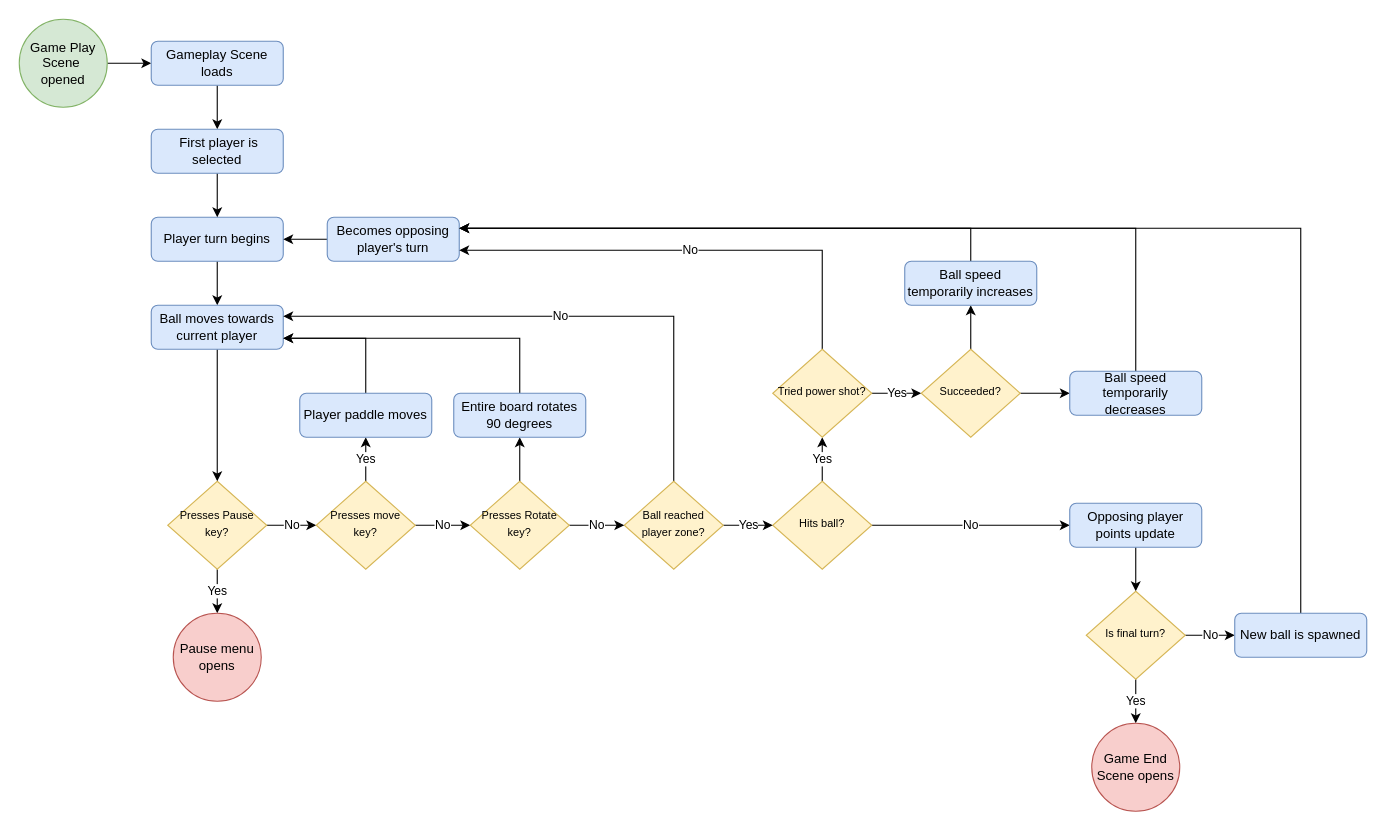
zkturman/TiltaPong keeps this draw.io diagram as Design/GameplayFlow.drawio. Above is the earlier version. Source tidied: cells renumbered, new cells numbered last; positions are measured from the earlier drawing's top-left corner, leaving out a move shared by most shapes. Both pictures are drawn from the tidied source at 110%, with x=0, y=0 at pixel (19, 19).
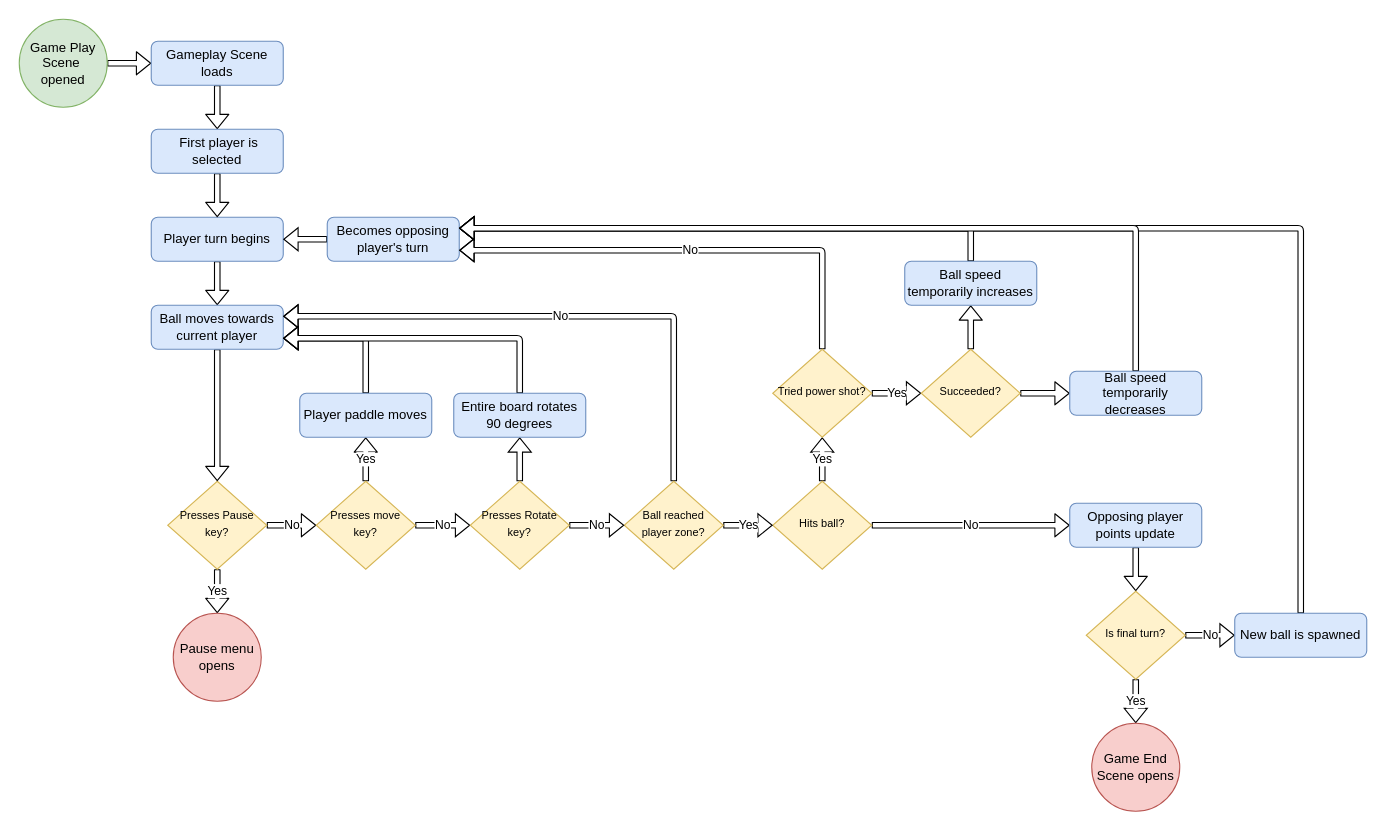
The same diagram, later.

The change refers to these unchanged cells:
```xml
<mxCell id="3" value="Game Play Scene&amp;nbsp;&lt;br&gt;opened" style="ellipse;whiteSpace=wrap;html=1;fillColor=#d5e8d4;strokeColor=#82b366;" parent="1" vertex="1">
  <mxGeometry width="80" height="80" as="geometry" />
</mxCell>
<mxCell id="6" value="&lt;span style=&quot;font-size: 10px&quot;&gt;Hits ball?&lt;/span&gt;" style="rhombus;whiteSpace=wrap;html=1;shadow=0;fontFamily=Helvetica;fontSize=12;align=center;strokeWidth=1;spacing=6;spacingTop=-4;fillColor=#fff2cc;strokeColor=#d6b656;" parent="1" vertex="1">
  <mxGeometry x="685" y="420" width="90" height="80" as="geometry" />
</mxCell>
<mxCell id="8" value="&lt;font style=&quot;font-size: 12px&quot;&gt;Gameplay Scene loads&lt;/font&gt;" style="rounded=1;whiteSpace=wrap;html=1;fillColor=#dae8fc;strokeColor=#6c8ebf;" parent="1" vertex="1">
  <mxGeometry x="120" y="20" width="120" height="40" as="geometry" />
</mxCell>
<mxCell id="10" value="Player turn begins" style="rounded=1;whiteSpace=wrap;html=1;fillColor=#dae8fc;strokeColor=#6c8ebf;" parent="1" vertex="1">
  <mxGeometry x="120" y="180" width="120" height="40" as="geometry" />
</mxCell>
<mxCell id="12" value="Becomes opposing player's turn" style="rounded=1;whiteSpace=wrap;html=1;fillColor=#dae8fc;strokeColor=#6c8ebf;" parent="1" vertex="1">
  <mxGeometry x="280" y="180" width="120" height="40" as="geometry" />
</mxCell>
<mxCell id="14" value="&lt;font style=&quot;font-size: 12px&quot;&gt;&amp;nbsp;First player is selected&lt;/font&gt;" style="rounded=1;whiteSpace=wrap;html=1;fillColor=#dae8fc;strokeColor=#6c8ebf;" parent="1" vertex="1">
  <mxGeometry x="120" y="100" width="120" height="40" as="geometry" />
</mxCell>
<mxCell id="17" value="&lt;span style=&quot;font-size: 10px&quot;&gt;Presses Pause key?&lt;/span&gt;" style="rhombus;whiteSpace=wrap;html=1;shadow=0;fontFamily=Helvetica;fontSize=12;align=center;strokeWidth=1;spacing=6;spacingTop=-4;fillColor=#fff2cc;strokeColor=#d6b656;" parent="1" vertex="1">
  <mxGeometry x="135" y="420" width="90" height="80" as="geometry" />
</mxCell>
<mxCell id="18" value="Pause menu opens" style="ellipse;whiteSpace=wrap;html=1;fillColor=#f8cecc;strokeColor=#b85450;" parent="1" vertex="1">
  <mxGeometry x="140" y="540" width="80" height="80" as="geometry" />
</mxCell>
<mxCell id="20" value="Opposing player points update" style="rounded=1;whiteSpace=wrap;html=1;fillColor=#dae8fc;strokeColor=#6c8ebf;" parent="1" vertex="1">
  <mxGeometry x="955" y="440" width="120" height="40" as="geometry" />
</mxCell>
<mxCell id="22" value="Ball moves towards current player" style="rounded=1;whiteSpace=wrap;html=1;fillColor=#dae8fc;strokeColor=#6c8ebf;" parent="1" vertex="1">
  <mxGeometry x="120" y="260" width="120" height="40" as="geometry" />
</mxCell>
<mxCell id="25" value="&lt;span style=&quot;font-size: 10px&quot;&gt;Is final turn?&lt;/span&gt;" style="rhombus;whiteSpace=wrap;html=1;shadow=0;fontFamily=Helvetica;fontSize=12;align=center;strokeWidth=1;spacing=6;spacingTop=-4;fillColor=#fff2cc;strokeColor=#d6b656;" parent="1" vertex="1">
  <mxGeometry x="970" y="520" width="90" height="80" as="geometry" />
</mxCell>
<mxCell id="26" value="Game End Scene opens" style="ellipse;whiteSpace=wrap;html=1;fillColor=#f8cecc;strokeColor=#b85450;" parent="1" vertex="1">
  <mxGeometry x="975" y="640" width="80" height="80" as="geometry" />
</mxCell>
<mxCell id="29" value="&lt;span style=&quot;font-size: 10px&quot;&gt;Presses move key?&lt;/span&gt;" style="rhombus;whiteSpace=wrap;html=1;shadow=0;fontFamily=Helvetica;fontSize=12;align=center;strokeWidth=1;spacing=6;spacingTop=-4;fillColor=#fff2cc;strokeColor=#d6b656;" parent="1" vertex="1">
  <mxGeometry x="270" y="420" width="90" height="80" as="geometry" />
</mxCell>
<mxCell id="32" value="&lt;span style=&quot;font-size: 10px&quot;&gt;Ball reached player zone?&lt;/span&gt;" style="rhombus;whiteSpace=wrap;html=1;shadow=0;fontFamily=Helvetica;fontSize=12;align=center;strokeWidth=1;spacing=6;spacingTop=-4;fillColor=#fff2cc;strokeColor=#d6b656;" parent="1" vertex="1">
  <mxGeometry x="550" y="420" width="90" height="80" as="geometry" />
</mxCell>
<mxCell id="34" value="New ball is spawned" style="rounded=1;whiteSpace=wrap;html=1;fillColor=#dae8fc;strokeColor=#6c8ebf;" parent="1" vertex="1">
  <mxGeometry x="1105" y="540" width="120" height="40" as="geometry" />
</mxCell>
<mxCell id="37" value="&lt;span style=&quot;font-size: 10px&quot;&gt;Presses Rotate key?&lt;/span&gt;" style="rhombus;whiteSpace=wrap;html=1;shadow=0;fontFamily=Helvetica;fontSize=12;align=center;strokeWidth=1;spacing=6;spacingTop=-4;fillColor=#fff2cc;strokeColor=#d6b656;" parent="1" vertex="1">
  <mxGeometry x="410" y="420" width="90" height="80" as="geometry" />
</mxCell>
<mxCell id="39" value="Player paddle moves" style="rounded=1;whiteSpace=wrap;html=1;fillColor=#dae8fc;strokeColor=#6c8ebf;" parent="1" vertex="1">
  <mxGeometry x="255" y="340" width="120" height="40" as="geometry" />
</mxCell>
<mxCell id="41" value="Entire board rotates 90 degrees" style="rounded=1;whiteSpace=wrap;html=1;fillColor=#dae8fc;strokeColor=#6c8ebf;" parent="1" vertex="1">
  <mxGeometry x="395" y="340" width="120" height="40" as="geometry" />
</mxCell>
<mxCell id="44" value="&lt;span style=&quot;font-size: 10px&quot;&gt;Tried power shot?&lt;/span&gt;" style="rhombus;whiteSpace=wrap;html=1;shadow=0;fontFamily=Helvetica;fontSize=12;align=center;strokeWidth=1;spacing=6;spacingTop=-4;fillColor=#fff2cc;strokeColor=#d6b656;" parent="1" vertex="1">
  <mxGeometry x="685" y="300" width="90" height="80" as="geometry" />
</mxCell>
<mxCell id="47" value="&lt;span style=&quot;font-size: 10px&quot;&gt;Succeeded?&lt;/span&gt;" style="rhombus;whiteSpace=wrap;html=1;shadow=0;fontFamily=Helvetica;fontSize=12;align=center;strokeWidth=1;spacing=6;spacingTop=-4;fillColor=#fff2cc;strokeColor=#d6b656;" parent="1" vertex="1">
  <mxGeometry x="820" y="300" width="90" height="80" as="geometry" />
</mxCell>
<mxCell id="49" value="Ball speed temporarily increases" style="rounded=1;whiteSpace=wrap;html=1;fillColor=#dae8fc;strokeColor=#6c8ebf;" parent="1" vertex="1">
  <mxGeometry x="805" y="220" width="120" height="40" as="geometry" />
</mxCell>
<mxCell id="51" value="Ball speed temporarily decreases" style="rounded=1;whiteSpace=wrap;html=1;fillColor=#dae8fc;strokeColor=#6c8ebf;" parent="1" vertex="1">
  <mxGeometry x="955" y="320" width="120" height="40" as="geometry" />
</mxCell>
```

What changed in the source:
```diff
@@
-    <mxCell id="2" style="edgeStyle=orthogonalEdgeStyle;rounded=0;jettySize=auto;html=1;exitX=1;exitY=0.5;exitDx=0;exitDy=0;" parent="1" edge="1" source="3" target="8">
+    <mxCell id="2" style="edgeStyle=orthogonalEdgeStyle;rounded=1;jettySize=auto;html=1;exitX=1;exitY=0.5;exitDx=0;exitDy=0;shape=flexArrow;endSize=4;width=5;endWidth=15;fillColor=default;" parent="1" edge="1" source="3" target="8">
       <mxGeometry relative="1" as="geometry" />
     </mxCell>
@@
-    <mxCell id="4" value="Yes" style="edgeStyle=orthogonalEdgeStyle;rounded=0;jettySize=auto;html=1;" parent="1" edge="1" source="6" target="44">
+    <mxCell id="4" value="Yes" style="edgeStyle=orthogonalEdgeStyle;rounded=0;jettySize=auto;html=1;shape=flexArrow;fillColor=default;endSize=4;width=5;endWidth=15;" parent="1" edge="1" source="6" target="44">
       <mxGeometry relative="1" as="geometry" />
     </mxCell>
-    <mxCell id="5" value="No" style="edgeStyle=orthogonalEdgeStyle;rounded=0;jettySize=auto;html=1;exitX=1;exitY=0.5;exitDx=0;exitDy=0;entryX=0;entryY=0.5;entryDx=0;entryDy=0;" parent="1" edge="1" source="6" target="20">
+    <mxCell id="5" value="No" style="edgeStyle=orthogonalEdgeStyle;rounded=1;jettySize=auto;html=1;exitX=1;exitY=0.5;exitDx=0;exitDy=0;entryX=0;entryY=0.5;entryDx=0;entryDy=0;shape=flexArrow;endSize=4;width=5;endWidth=15;fillColor=default;" parent="1" edge="1" source="6" target="20">
       <mxGeometry relative="1" as="geometry" />
     </mxCell>
@@
-    <mxCell id="7" style="edgeStyle=orthogonalEdgeStyle;rounded=0;jettySize=auto;html=1;" parent="1" edge="1" source="8" target="14">
+    <mxCell id="7" style="edgeStyle=orthogonalEdgeStyle;rounded=1;jettySize=auto;html=1;shape=flexArrow;endSize=4;width=5;endWidth=15;fillColor=default;" parent="1" edge="1" source="8" target="14">
       <mxGeometry relative="1" as="geometry" />
     </mxCell>
@@
-    <mxCell id="9" style="edgeStyle=orthogonalEdgeStyle;rounded=0;jettySize=auto;html=1;" parent="1" edge="1" source="10" target="22">
+    <mxCell id="9" style="edgeStyle=orthogonalEdgeStyle;rounded=1;jettySize=auto;html=1;shape=flexArrow;endSize=4;width=5;endWidth=15;fillColor=default;" parent="1" edge="1" source="10" target="22">
       <mxGeometry relative="1" as="geometry" />
     </mxCell>
@@
-    <mxCell id="11" style="edgeStyle=orthogonalEdgeStyle;rounded=0;jettySize=auto;html=1;exitX=0;exitY=0.5;exitDx=0;exitDy=0;entryX=1;entryY=0.5;entryDx=0;entryDy=0;" parent="1" edge="1" source="12" target="10">
+    <mxCell id="11" style="edgeStyle=orthogonalEdgeStyle;rounded=0;jettySize=auto;html=1;exitX=0;exitY=0.5;exitDx=0;exitDy=0;entryX=1;entryY=0.5;entryDx=0;entryDy=0;shape=flexArrow;endSize=4;width=5;endWidth=15;fillColor=default;" parent="1" edge="1" source="12" target="10">
       <mxGeometry relative="1" as="geometry" />
     </mxCell>
@@
-    <mxCell id="13" style="edgeStyle=orthogonalEdgeStyle;rounded=0;jettySize=auto;html=1;" parent="1" edge="1" source="14" target="10">
+    <mxCell id="13" style="edgeStyle=orthogonalEdgeStyle;rounded=1;jettySize=auto;html=1;shape=flexArrow;endSize=4;width=5;endWidth=15;fillColor=default;" parent="1" edge="1" source="14" target="10">
       <mxGeometry relative="1" as="geometry" />
     </mxCell>
@@
-    <mxCell id="15" value="Yes" style="edgeStyle=orthogonalEdgeStyle;rounded=0;jettySize=auto;html=1;exitX=0.5;exitY=1;exitDx=0;exitDy=0;" parent="1" edge="1" source="17" target="18">
+    <mxCell id="15" value="Yes" style="edgeStyle=orthogonalEdgeStyle;rounded=1;jettySize=auto;html=1;exitX=0.5;exitY=1;exitDx=0;exitDy=0;shape=flexArrow;endSize=4;width=5;endWidth=15;fillColor=default;" parent="1" edge="1" source="17" target="18">
       <mxGeometry relative="1" as="geometry" />
     </mxCell>
-    <mxCell id="16" value="No" style="edgeStyle=orthogonalEdgeStyle;rounded=0;jettySize=auto;html=1;exitX=1;exitY=0.5;exitDx=0;exitDy=0;entryX=0;entryY=0.5;entryDx=0;entryDy=0;" parent="1" edge="1" source="17" target="29">
+    <mxCell id="16" value="No" style="edgeStyle=orthogonalEdgeStyle;rounded=1;jettySize=auto;html=1;exitX=1;exitY=0.5;exitDx=0;exitDy=0;entryX=0;entryY=0.5;entryDx=0;entryDy=0;shape=flexArrow;endSize=4;width=5;endWidth=15;fillColor=default;" parent="1" edge="1" source="17" target="29">
       <mxGeometry relative="1" as="geometry" />
     </mxCell>
@@
-    <mxCell id="19" style="edgeStyle=orthogonalEdgeStyle;rounded=0;jettySize=auto;html=1;" parent="1" edge="1" source="20" target="25">
+    <mxCell id="19" style="edgeStyle=orthogonalEdgeStyle;rounded=1;jettySize=auto;html=1;shape=flexArrow;endSize=4;width=5;endWidth=15;fillColor=default;" parent="1" edge="1" source="20" target="25">
       <mxGeometry relative="1" as="geometry" />
     </mxCell>
@@
-    <mxCell id="21" style="edgeStyle=orthogonalEdgeStyle;rounded=0;jettySize=auto;html=1;exitX=0.5;exitY=1;exitDx=0;exitDy=0;entryX=0.5;entryY=0;entryDx=0;entryDy=0;" parent="1" edge="1" source="22" target="17">
+    <mxCell id="21" style="edgeStyle=orthogonalEdgeStyle;rounded=1;jettySize=auto;html=1;exitX=0.5;exitY=1;exitDx=0;exitDy=0;entryX=0.5;entryY=0;entryDx=0;entryDy=0;shape=flexArrow;endSize=4;width=5;endWidth=15;fillColor=default;" parent="1" edge="1" source="22" target="17">
       <mxGeometry relative="1" as="geometry" />
     </mxCell>
@@
-    <mxCell id="23" value="Yes" style="edgeStyle=orthogonalEdgeStyle;rounded=0;jettySize=auto;html=1;" parent="1" edge="1" source="25" target="26">
+    <mxCell id="23" value="Yes" style="edgeStyle=orthogonalEdgeStyle;rounded=0;jettySize=auto;html=1;shape=flexArrow;fillColor=default;endSize=4;width=5;endWidth=15;" parent="1" edge="1" source="25" target="26">
       <mxGeometry relative="1" as="geometry" />
     </mxCell>
-    <mxCell id="24" value="No" style="edgeStyle=orthogonalEdgeStyle;rounded=0;jettySize=auto;html=1;" parent="1" edge="1" source="25" target="34">
+    <mxCell id="24" value="No" style="edgeStyle=orthogonalEdgeStyle;rounded=0;jettySize=auto;html=1;shape=flexArrow;fillColor=default;endSize=4;width=5;endWidth=15;" parent="1" edge="1" source="25" target="34">
       <mxGeometry relative="1" as="geometry" />
     </mxCell>
@@
-    <mxCell id="27" value="Yes" style="edgeStyle=orthogonalEdgeStyle;rounded=0;jettySize=auto;html=1;exitX=0.5;exitY=0;exitDx=0;exitDy=0;entryX=0.5;entryY=1;entryDx=0;entryDy=0;" parent="1" edge="1" source="29" target="39">
+    <mxCell id="27" value="Yes" style="edgeStyle=orthogonalEdgeStyle;rounded=1;jettySize=auto;html=1;exitX=0.5;exitY=0;exitDx=0;exitDy=0;entryX=0.5;entryY=1;entryDx=0;entryDy=0;shape=flexArrow;endSize=4;width=5;endWidth=15;fillColor=default;" parent="1" edge="1" source="29" target="39">
       <mxGeometry relative="1" as="geometry" />
     </mxCell>
-    <mxCell id="28" value="No" style="edgeStyle=orthogonalEdgeStyle;rounded=0;jettySize=auto;html=1;exitX=1;exitY=0.5;exitDx=0;exitDy=0;" parent="1" edge="1" source="29" target="37">
+    <mxCell id="28" value="No" style="edgeStyle=orthogonalEdgeStyle;rounded=0;jettySize=auto;html=1;exitX=1;exitY=0.5;exitDx=0;exitDy=0;shape=flexArrow;fillColor=default;endSize=4;width=5;endWidth=15;" parent="1" edge="1" source="29" target="37">
       <mxGeometry relative="1" as="geometry" />
     </mxCell>
@@
-    <mxCell id="30" value="Yes" style="edgeStyle=orthogonalEdgeStyle;rounded=0;jettySize=auto;html=1;" parent="1" edge="1" source="32" target="6">
+    <mxCell id="30" value="Yes" style="edgeStyle=orthogonalEdgeStyle;rounded=0;jettySize=auto;html=1;shape=flexArrow;fillColor=default;endSize=4;width=5;endWidth=15;" parent="1" edge="1" source="32" target="6">
       <mxGeometry relative="1" as="geometry" />
     </mxCell>
-    <mxCell id="31" value="No" style="edgeStyle=orthogonalEdgeStyle;rounded=0;jettySize=auto;html=1;exitX=0.5;exitY=0;exitDx=0;exitDy=0;entryX=1;entryY=0.25;entryDx=0;entryDy=0;" parent="1" edge="1" source="32" target="22">
+    <mxCell id="31" value="No" style="edgeStyle=orthogonalEdgeStyle;rounded=1;jettySize=auto;html=1;exitX=0.5;exitY=0;exitDx=0;exitDy=0;entryX=1;entryY=0.25;entryDx=0;entryDy=0;shape=flexArrow;endSize=4;width=5;endWidth=15;fillColor=default;" parent="1" edge="1" source="32" target="22">
       <mxGeometry relative="1" as="geometry" />
     </mxCell>
@@
-    <mxCell id="33" style="edgeStyle=orthogonalEdgeStyle;rounded=0;jettySize=auto;html=1;entryX=1;entryY=0.25;entryDx=0;entryDy=0;exitX=0.5;exitY=0;exitDx=0;exitDy=0;" parent="1" edge="1" source="34" target="12">
+    <mxCell id="33" style="edgeStyle=orthogonalEdgeStyle;rounded=1;jettySize=auto;html=1;entryX=1;entryY=0.25;entryDx=0;entryDy=0;exitX=0.5;exitY=0;exitDx=0;exitDy=0;shape=flexArrow;endSize=4;width=5;endWidth=15;fillColor=default;" parent="1" edge="1" source="34" target="12">
       <mxGeometry relative="1" as="geometry">
         <Array as="points">
           <mxPoint x="1165" y="190" />
         </Array>
       </mxGeometry>
     </mxCell>
@@
-    <mxCell id="35" value="No" style="edgeStyle=orthogonalEdgeStyle;rounded=0;jettySize=auto;html=1;exitX=1;exitY=0.5;exitDx=0;exitDy=0;entryX=0;entryY=0.5;entryDx=0;entryDy=0;" parent="1" edge="1" source="37" target="32">
+    <mxCell id="35" value="No" style="edgeStyle=orthogonalEdgeStyle;rounded=0;jettySize=auto;html=1;exitX=1;exitY=0.5;exitDx=0;exitDy=0;entryX=0;entryY=0.5;entryDx=0;entryDy=0;shape=flexArrow;fillColor=default;endSize=4;width=5;endWidth=15;" parent="1" edge="1" source="37" target="32">
       <mxGeometry relative="1" as="geometry" />
     </mxCell>
-    <mxCell id="36" style="edgeStyle=orthogonalEdgeStyle;rounded=0;jettySize=auto;html=1;" parent="1" edge="1" source="37" target="41">
+    <mxCell id="36" style="edgeStyle=orthogonalEdgeStyle;rounded=0;jettySize=auto;html=1;shape=flexArrow;endSize=4;width=5;endWidth=15;fillColor=default;" parent="1" edge="1" source="37" target="41">
       <mxGeometry relative="1" as="geometry" />
     </mxCell>
@@
-    <mxCell id="38" style="edgeStyle=orthogonalEdgeStyle;rounded=0;jettySize=auto;html=1;exitX=0.5;exitY=0;exitDx=0;exitDy=0;entryX=1;entryY=0.75;entryDx=0;entryDy=0;" parent="1" edge="1" source="39" target="22">
+    <mxCell id="38" style="edgeStyle=orthogonalEdgeStyle;rounded=1;jettySize=auto;html=1;exitX=0.5;exitY=0;exitDx=0;exitDy=0;entryX=1;entryY=0.75;entryDx=0;entryDy=0;shape=flexArrow;endSize=4;width=5;endWidth=15;fillColor=default;" parent="1" edge="1" source="39" target="22">
       <mxGeometry relative="1" as="geometry" />
     </mxCell>
@@
-    <mxCell id="40" style="edgeStyle=orthogonalEdgeStyle;rounded=0;jettySize=auto;html=1;exitX=0.5;exitY=0;exitDx=0;exitDy=0;" parent="1" edge="1" source="41">
+    <mxCell id="40" style="edgeStyle=orthogonalEdgeStyle;rounded=1;jettySize=auto;html=1;exitX=0.5;exitY=0;exitDx=0;exitDy=0;shape=flexArrow;endSize=4;width=5;endWidth=15;fillColor=default;" parent="1" edge="1" source="41">
       <mxGeometry relative="1" as="geometry">
         <mxPoint x="240" y="290" as="targetPoint" />
         <Array as="points">
           <mxPoint x="455" y="290" />
         </Array>
       </mxGeometry>
     </mxCell>
@@
-    <mxCell id="42" value="Yes" style="edgeStyle=orthogonalEdgeStyle;rounded=0;jettySize=auto;html=1;" parent="1" edge="1" source="44" target="47">
+    <mxCell id="42" value="Yes" style="edgeStyle=orthogonalEdgeStyle;rounded=0;jettySize=auto;html=1;shape=flexArrow;fillColor=default;endSize=4;width=5;endWidth=15;" parent="1" edge="1" source="44" target="47">
       <mxGeometry relative="1" as="geometry" />
     </mxCell>
-    <mxCell id="43" value="No" style="edgeStyle=orthogonalEdgeStyle;rounded=0;jettySize=auto;html=1;exitX=0.5;exitY=0;exitDx=0;exitDy=0;entryX=1;entryY=0.75;entryDx=0;entryDy=0;" parent="1" edge="1" source="44" target="12">
+    <mxCell id="43" value="No" style="edgeStyle=orthogonalEdgeStyle;rounded=1;jettySize=auto;html=1;exitX=0.5;exitY=0;exitDx=0;exitDy=0;entryX=1;entryY=0.75;entryDx=0;entryDy=0;shape=flexArrow;endSize=4;width=5;endWidth=15;fillColor=default;" parent="1" edge="1" source="44" target="12">
       <mxGeometry relative="1" as="geometry" />
     </mxCell>
@@
-    <mxCell id="45" style="edgeStyle=orthogonalEdgeStyle;rounded=0;jettySize=auto;html=1;" parent="1" edge="1" source="47" target="49">
+    <mxCell id="45" style="edgeStyle=orthogonalEdgeStyle;rounded=1;jettySize=auto;html=1;shape=flexArrow;endSize=4;width=5;endWidth=15;fillColor=default;" parent="1" edge="1" source="47" target="49">
       <mxGeometry relative="1" as="geometry" />
     </mxCell>
-    <mxCell id="46" style="edgeStyle=orthogonalEdgeStyle;rounded=0;jettySize=auto;html=1;" parent="1" edge="1" source="47" target="51">
+    <mxCell id="46" style="edgeStyle=orthogonalEdgeStyle;rounded=1;jettySize=auto;html=1;shape=flexArrow;endSize=4;width=5;endWidth=15;fillColor=default;" parent="1" edge="1" source="47" target="51">
       <mxGeometry relative="1" as="geometry" />
     </mxCell>
@@
-    <mxCell id="48" style="edgeStyle=orthogonalEdgeStyle;rounded=0;jettySize=auto;html=1;exitX=0.5;exitY=0;exitDx=0;exitDy=0;entryX=1;entryY=0.25;entryDx=0;entryDy=0;" parent="1" edge="1" source="49" target="12">
+    <mxCell id="48" style="edgeStyle=orthogonalEdgeStyle;rounded=1;jettySize=auto;html=1;exitX=0.5;exitY=0;exitDx=0;exitDy=0;entryX=1;entryY=0.25;entryDx=0;entryDy=0;shape=flexArrow;endSize=4;width=5;endWidth=15;fillColor=default;" parent="1" edge="1" source="49" target="12">
       <mxGeometry relative="1" as="geometry" />
     </mxCell>
@@
-    <mxCell id="50" style="edgeStyle=orthogonalEdgeStyle;rounded=0;jettySize=auto;html=1;exitX=0.5;exitY=0;exitDx=0;exitDy=0;" parent="1" edge="1" source="51">
+    <mxCell id="50" style="edgeStyle=orthogonalEdgeStyle;rounded=1;jettySize=auto;html=1;exitX=0.5;exitY=0;exitDx=0;exitDy=0;shape=flexArrow;endSize=4;width=5;endWidth=15;fillColor=default;" parent="1" edge="1" source="51">
       <mxGeometry relative="1" as="geometry">
         <mxPoint x="400" y="190" as="targetPoint" />
         <Array as="points">
           <mxPoint x="1015" y="190" />
         </Array>
       </mxGeometry>
     </mxCell>
```
